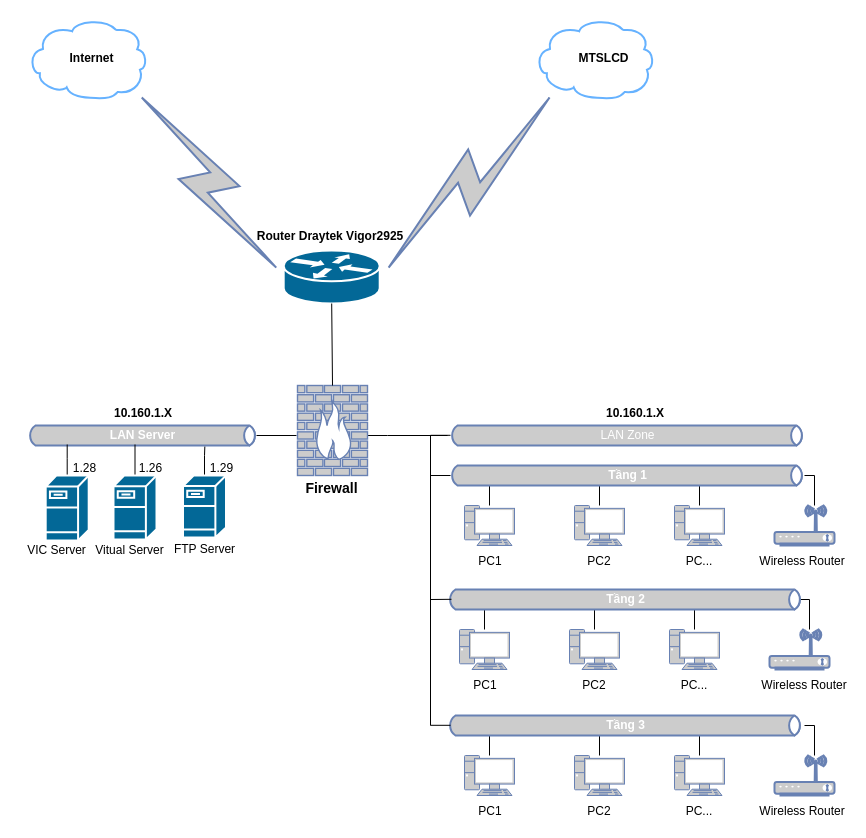
Above: sodonguyenlymanglan.drawio in pnptai94/giaydiduongbluezone (draw.io), before the change. Source tidied: cells renumbered, new cells numbered last; positions are measured from the earlier drawing's top-left corner, leaving out a move shared by most shapes. Both pictures are drawn from the tidied source at 100%, with x=0, y=0 at pixel (17, 18).
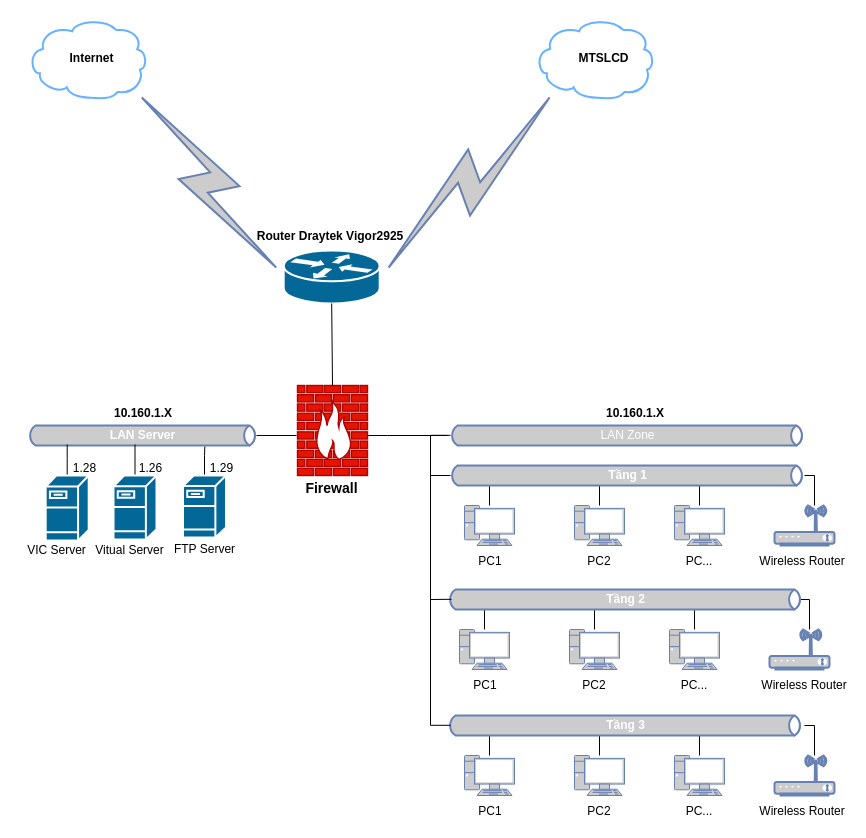
After the change.

What changed in the source:
```diff
@@
-    <mxCell id="53" style="fontColor=#0066CC;verticalAlign=top;verticalLabelPosition=bottom;labelPosition=center;align=center;html=1;outlineConnect=0;fillColor=#CCCCCC;strokeColor=#6881B3;gradientColor=none;gradientDirection=north;strokeWidth=2;shape=mxgraph.networks.firewall;" parent="1" vertex="1">
+    <mxCell id="53" style="fontColor=#FF0000;verticalAlign=top;verticalLabelPosition=bottom;labelPosition=center;align=center;html=1;outlineConnect=0;fillColor=#e51400;strokeColor=#B20000;gradientDirection=north;strokeWidth=2;shape=mxgraph.networks.firewall;" parent="1" vertex="1">
       <mxGeometry x="280" y="367" width="70" height="90" as="geometry" />
     </mxCell>
```
